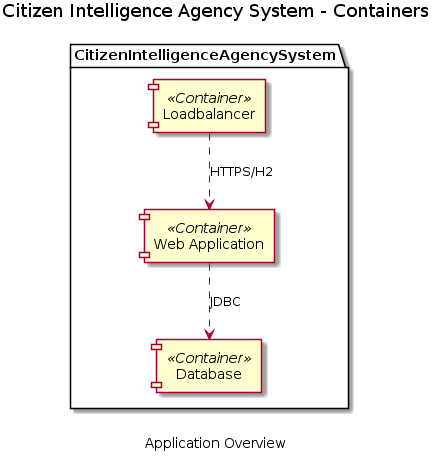
The PlantUML diagram architecture/Citizen-Intelligence-Agency-System-Containers.png in sjvs/cia, before a commit.
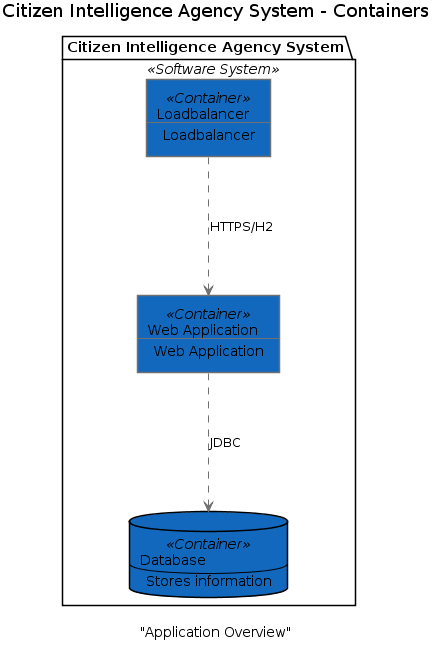
The same diagram one commit later.

What changed in the source:
```diff
@@ -1,11 +1,34 @@
-@startuml
+@startuml(id="Container view")
+scale max 2000x2000
 title Citizen Intelligence Agency System - Containers
-caption Application Overview
-package CitizenIntelligenceAgencySystem {
-  component "Database" <<Container>> as 106
-  component "Loadbalancer" <<Container>> as 8
-  component "Web Application" <<Container>> as 9
+caption "Application Overview"
+
+skinparam {
+  shadowing false
+  arrowColor #707070
+  actorBorderColor #707070
+  componentBorderColor #707070
+  rectangleBorderColor #707070
+  noteBackgroundColor #ffffff
+  noteBorderColor #707070
 }
-8 ..> 9 : HTTPS/H2
-9 ..> 106 : JDBC
+package "Citizen Intelligence Agency System" <<Software System>> {
+  database 37 <<Container>> #1168bd [
+    Database
+    --
+    Stores information
+  ]
+  rectangle 8 <<Container>> #1168bd [
+    Loadbalancer
+    --
+    Loadbalancer
+  ]
+  rectangle 9 <<Container>> #1168bd [
+    Web Application
+    --
+    Web Application
+  ]
+}
+8 .[#707070].> 9 : HTTPS/H2
+9 .[#707070].> 37 : JDBC
 @enduml
```
